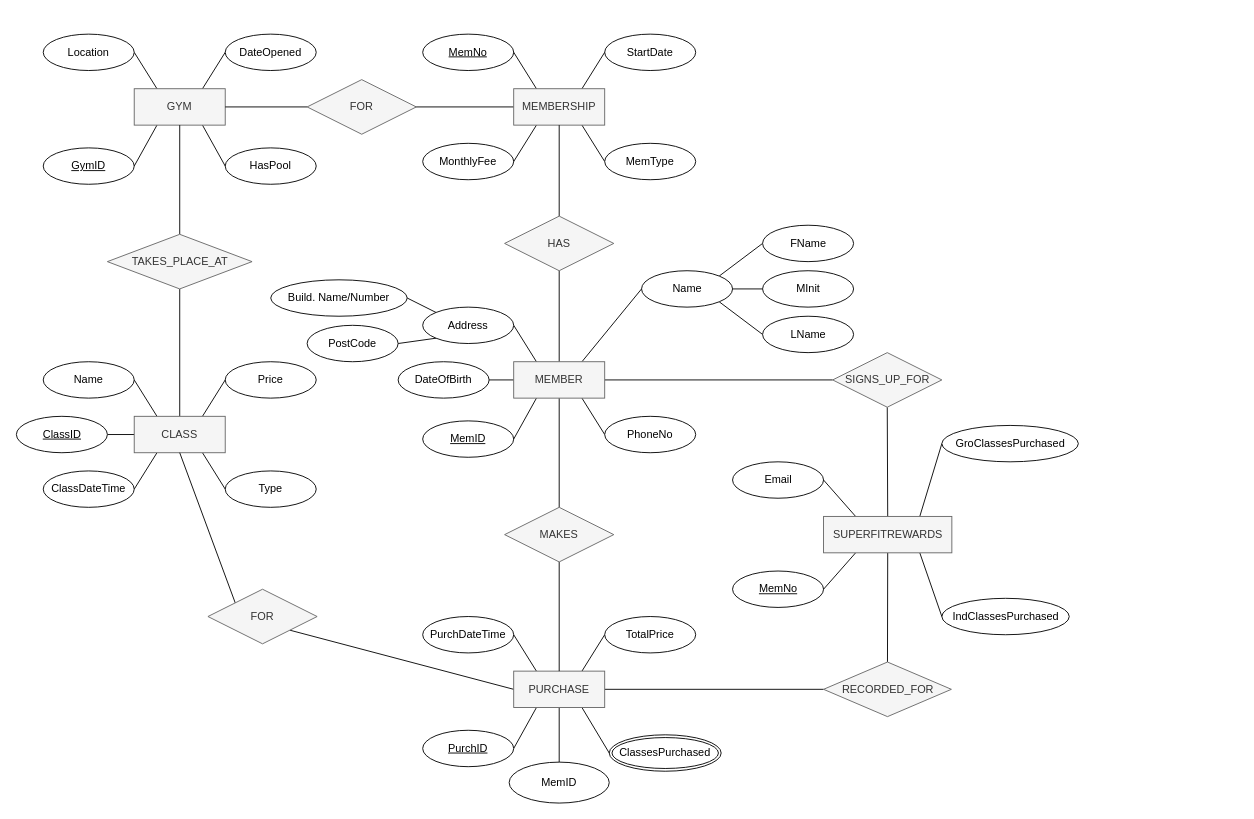
This is DBS CW1.drawio from fullytanaka/UML-ER, a draw.io file, before an edit. Source tidied: cells renumbered, new cells numbered last; positions are measured from the earlier drawing's top-left corner, leaving out a move shared by most shapes. Both pictures are drawn from the tidied source at 91%, with x=0, y=0 at pixel (15, 34).
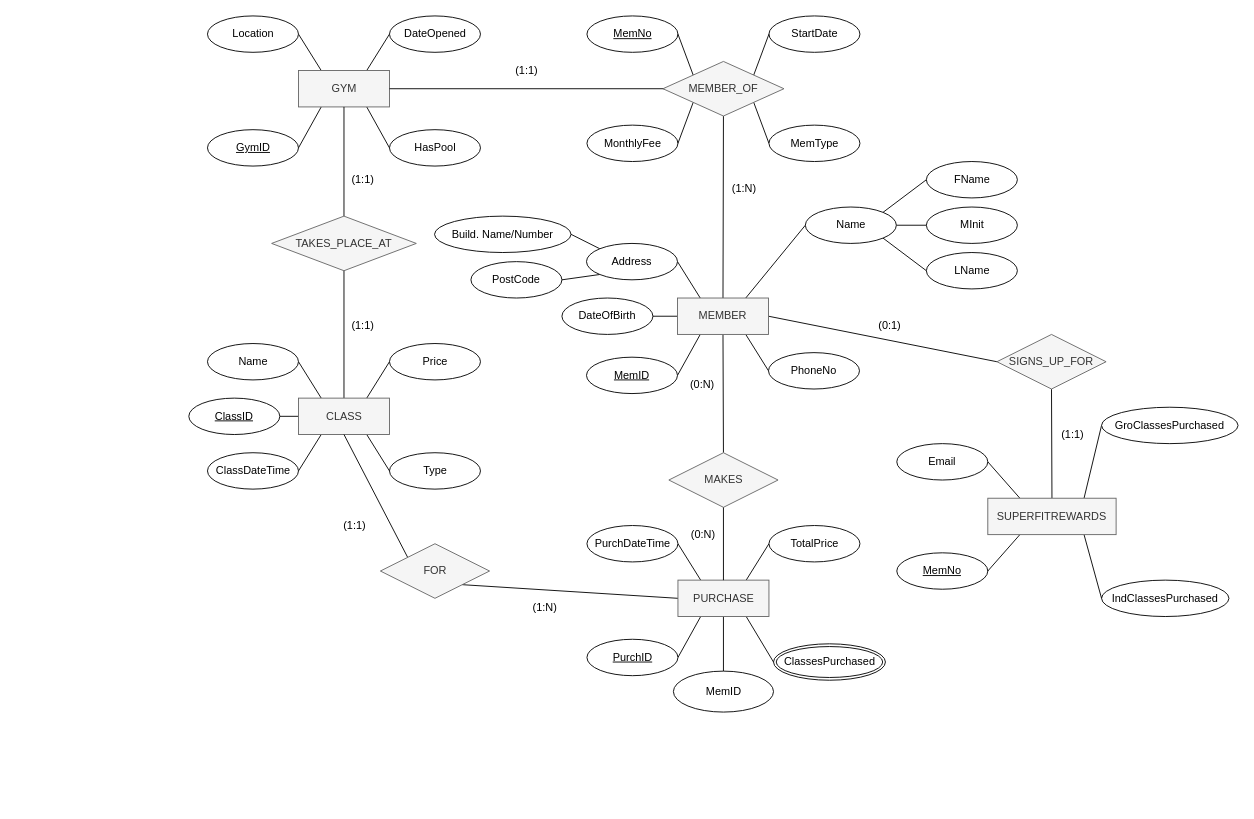
The same page after the edit.

What changed in the source:
```diff
@@
-    <mxCell id="6" style="rounded=0;jettySize=auto;html=1;exitX=1;exitY=0.5;exitDx=0;exitDy=0;endArrow=none;endFill=0;" parent="1" edge="1" source="82">
-      <mxGeometry relative="1" as="geometry">
-        <mxPoint x="410" y="80" as="targetPoint" />
-      </mxGeometry>
-    </mxCell>
     <mxCell id="7" value="GYM" style="whiteSpace=wrap;html=1;align=center;fillColor=#f5f5f5;strokeColor=#666666;fontColor=#333333;" parent="1" vertex="1">
-      <mxGeometry x="130" y="60" width="100" height="40" as="geometry" />
+      <mxGeometry x="310.5" y="40" width="100" height="40" as="geometry" />
     </mxCell>
     <mxCell id="8" value="GymID" style="ellipse;whiteSpace=wrap;html=1;align=center;fontStyle=4;" parent="1" vertex="1">
-      <mxGeometry x="30" y="125" width="100" height="40" as="geometry" />
+      <mxGeometry x="210.5" y="105" width="100" height="40" as="geometry" />
     </mxCell>
     <mxCell id="9" value="Location" style="ellipse;whiteSpace=wrap;html=1;align=center;" parent="1" vertex="1">
-      <mxGeometry x="30" width="100" height="40" as="geometry" />
+      <mxGeometry x="210.5" y="-20" width="100" height="40" as="geometry" />
     </mxCell>
     <mxCell id="10" value="DateOpened" style="ellipse;whiteSpace=wrap;html=1;align=center;" parent="1" vertex="1">
-      <mxGeometry x="230" width="100" height="40" as="geometry" />
+      <mxGeometry x="410.5" y="-20" width="100" height="40" as="geometry" />
     </mxCell>
@@
-    <mxCell id="16" style="edgeStyle=none;jettySize=auto;html=1;exitX=0.5;exitY=0;exitDx=0;exitDy=0;entryX=0.5;entryY=1;entryDx=0;entryDy=0;endArrow=none;endFill=0;strokeColor=#000000;" parent="1" edge="1" source="19" target="79">
+    <mxCell id="16" style="edgeStyle=none;jettySize=auto;html=1;exitX=0.5;exitY=0;exitDx=0;exitDy=0;entryX=0.5;entryY=1;entryDx=0;entryDy=0;endArrow=none;endFill=0;strokeColor=#000000;" parent="1" edge="1" source="19" target="94">
       <mxGeometry relative="1" as="geometry" />
     </mxCell>
@@
     <mxCell id="19" value="MEMBER" style="whiteSpace=wrap;html=1;align=center;fillColor=#f5f5f5;strokeColor=#666666;fontColor=#333333;" parent="1" vertex="1">
-      <mxGeometry x="547" y="360" width="100" height="40" as="geometry" />
+      <mxGeometry x="727" y="290" width="100" height="40" as="geometry" />
     </mxCell>
     <mxCell id="20" value="HasPool" style="ellipse;whiteSpace=wrap;html=1;align=center;" parent="1" vertex="1">
-      <mxGeometry x="230" y="125" width="100" height="40" as="geometry" />
+      <mxGeometry x="410.5" y="105" width="100" height="40" as="geometry" />
     </mxCell>
@@
     <mxCell id="24" value="Name" style="ellipse;whiteSpace=wrap;html=1;align=center;" parent="1" vertex="1">
-      <mxGeometry x="687.5" y="260" width="100" height="40" as="geometry" />
+      <mxGeometry x="867.5" y="190" width="100" height="40" as="geometry" />
     </mxCell>
@@
     <mxCell id="27" value="Address" style="ellipse;whiteSpace=wrap;html=1;align=center;" parent="1" vertex="1">
-      <mxGeometry x="447" y="300" width="100" height="40" as="geometry" />
+      <mxGeometry x="627" y="230" width="100" height="40" as="geometry" />
     </mxCell>
     <mxCell id="28" value="MemID" style="ellipse;whiteSpace=wrap;html=1;align=center;fontStyle=4;" parent="1" vertex="1">
-      <mxGeometry x="447" y="425" width="100" height="40" as="geometry" />
+      <mxGeometry x="627" y="355" width="100" height="40" as="geometry" />
     </mxCell>
     <mxCell id="29" value="MemNo" style="ellipse;whiteSpace=wrap;html=1;align=center;fontStyle=4;" parent="1" vertex="1">
-      <mxGeometry x="447" width="100" height="40" as="geometry" />
+      <mxGeometry x="627.5" y="-20" width="100" height="40" as="geometry" />
     </mxCell>
     <mxCell id="30" value="StartDate" style="ellipse;whiteSpace=wrap;html=1;align=center;" parent="1" vertex="1">
-      <mxGeometry x="647" width="100" height="40" as="geometry" />
+      <mxGeometry x="827.5" y="-20" width="100" height="40" as="geometry" />
     </mxCell>
     <mxCell id="31" value="MonthlyFee" style="ellipse;whiteSpace=wrap;html=1;align=center;" parent="1" vertex="1">
-      <mxGeometry x="447" y="120" width="100" height="40" as="geometry" />
+      <mxGeometry x="627.5" y="100" width="100" height="40" as="geometry" />
     </mxCell>
-    <mxCell id="32" style="rounded=0;jettySize=auto;html=1;exitX=0.25;exitY=0;exitDx=0;exitDy=0;entryX=1;entryY=0.5;entryDx=0;entryDy=0;endArrow=none;endFill=0;" parent="1" edge="1" source="37" target="29">
+    <mxCell id="32" style="rounded=0;jettySize=auto;html=1;exitX=0;exitY=0;exitDx=0;exitDy=0;entryX=1;entryY=0.5;entryDx=0;entryDy=0;endArrow=none;endFill=0;" parent="1" edge="1" source="94" target="29">
       <mxGeometry relative="1" as="geometry" />
     </mxCell>
-    <mxCell id="33" style="rounded=0;jettySize=auto;html=1;exitX=0.75;exitY=0;exitDx=0;exitDy=0;entryX=0;entryY=0.5;entryDx=0;entryDy=0;endArrow=none;endFill=0;" parent="1" edge="1" source="37" target="30">
+    <mxCell id="33" style="rounded=0;jettySize=auto;html=1;exitX=1;exitY=0;exitDx=0;exitDy=0;entryX=0;entryY=0.5;entryDx=0;entryDy=0;endArrow=none;endFill=0;" parent="1" edge="1" source="94" target="30">
       <mxGeometry relative="1" as="geometry" />
     </mxCell>
-    <mxCell id="34" style="rounded=0;jettySize=auto;html=1;exitX=0.25;exitY=1;exitDx=0;exitDy=0;entryX=1;entryY=0.5;entryDx=0;entryDy=0;endArrow=none;endFill=0;" parent="1" edge="1" source="37" target="31">
+    <mxCell id="34" style="rounded=0;jettySize=auto;html=1;exitX=0;exitY=1;exitDx=0;exitDy=0;entryX=1;entryY=0.5;entryDx=0;entryDy=0;endArrow=none;endFill=0;" parent="1" edge="1" source="94" target="31">
       <mxGeometry relative="1" as="geometry" />
     </mxCell>
-    <mxCell id="35" style="rounded=0;jettySize=auto;html=1;exitX=0.75;exitY=1;exitDx=0;exitDy=0;entryX=0;entryY=0.5;entryDx=0;entryDy=0;endArrow=none;endFill=0;" parent="1" edge="1" source="37" target="38">
+    <mxCell id="35" style="rounded=0;jettySize=auto;html=1;exitX=1;exitY=1;exitDx=0;exitDy=0;entryX=0;entryY=0.5;entryDx=0;entryDy=0;endArrow=none;endFill=0;" parent="1" edge="1" source="94" target="38">
       <mxGeometry relative="1" as="geometry" />
     </mxCell>
-    <mxCell id="36" style="rounded=0;jettySize=auto;html=1;exitX=0;exitY=0.5;exitDx=0;exitDy=0;entryX=1;entryY=0.5;entryDx=0;entryDy=0;endArrow=none;endFill=0;" parent="1" edge="1" source="37" target="82">
-      <mxGeometry relative="1" as="geometry" />
-    </mxCell>
-    <mxCell id="37" value="MEMBERSHIP" style="whiteSpace=wrap;html=1;align=center;fillColor=#f5f5f5;strokeColor=#666666;fontColor=#333333;" parent="1" vertex="1">
-      <mxGeometry x="547" y="60" width="100" height="40" as="geometry" />
-    </mxCell>
     <mxCell id="38" value="MemType" style="ellipse;whiteSpace=wrap;html=1;align=center;" parent="1" vertex="1">
-      <mxGeometry x="647" y="120" width="100" height="40" as="geometry" />
+      <mxGeometry x="827.5" y="100" width="100" height="40" as="geometry" />
     </mxCell>
     <mxCell id="39" value="PhoneNo" style="ellipse;whiteSpace=wrap;html=1;align=center;" parent="1" vertex="1">
-      <mxGeometry x="647" y="420" width="100" height="40" as="geometry" />
+      <mxGeometry x="827" y="350" width="100" height="40" as="geometry" />
     </mxCell>
     <mxCell id="40" value="DateOfBirth" style="ellipse;whiteSpace=wrap;html=1;align=center;" parent="1" vertex="1">
-      <mxGeometry x="420" y="360" width="100" height="40" as="geometry" />
+      <mxGeometry x="600" y="290" width="100" height="40" as="geometry" />
     </mxCell>
     <mxCell id="41" value="FName" style="ellipse;whiteSpace=wrap;html=1;align=center;" parent="1" vertex="1">
-      <mxGeometry x="820.5" y="210" width="100" height="40" as="geometry" />
+      <mxGeometry x="1000.5" y="140" width="100" height="40" as="geometry" />
     </mxCell>
     <mxCell id="42" value="MInit" style="ellipse;whiteSpace=wrap;html=1;align=center;" parent="1" vertex="1">
-      <mxGeometry x="820.5" y="260" width="100" height="40" as="geometry" />
+      <mxGeometry x="1000.5" y="190" width="100" height="40" as="geometry" />
     </mxCell>
     <mxCell id="43" value="LName" style="ellipse;whiteSpace=wrap;html=1;align=center;" parent="1" vertex="1">
-      <mxGeometry x="820.5" y="310" width="100" height="40" as="geometry" />
+      <mxGeometry x="1000.5" y="240" width="100" height="40" as="geometry" />
     </mxCell>
@@
     <mxCell id="50" value="&lt;div&gt;CLASS&lt;/div&gt;" style="whiteSpace=wrap;html=1;align=center;fillColor=#f5f5f5;strokeColor=#666666;fontColor=#333333;" parent="1" vertex="1">
-      <mxGeometry x="130" y="420" width="100" height="40" as="geometry" />
+      <mxGeometry x="310.5" y="400" width="100" height="40" as="geometry" />
     </mxCell>
     <mxCell id="51" value="Name" style="ellipse;whiteSpace=wrap;html=1;align=center;" parent="1" vertex="1">
-      <mxGeometry x="30" y="360" width="100" height="40" as="geometry" />
+      <mxGeometry x="210.5" y="340" width="100" height="40" as="geometry" />
     </mxCell>
     <mxCell id="52" value="Price" style="ellipse;whiteSpace=wrap;html=1;align=center;" parent="1" vertex="1">
-      <mxGeometry x="230" y="360" width="100" height="40" as="geometry" />
+      <mxGeometry x="410.5" y="340" width="100" height="40" as="geometry" />
     </mxCell>
     <mxCell id="53" value="Type" style="ellipse;whiteSpace=wrap;html=1;align=center;" parent="1" vertex="1">
-      <mxGeometry x="230" y="480" width="100" height="40" as="geometry" />
+      <mxGeometry x="410.5" y="460" width="100" height="40" as="geometry" />
     </mxCell>
     <mxCell id="54" value="ClassDateTime" style="ellipse;whiteSpace=wrap;html=1;align=center;" parent="1" vertex="1">
-      <mxGeometry x="30" y="480" width="100" height="40" as="geometry" />
+      <mxGeometry x="210.5" y="460" width="100" height="40" as="geometry" />
     </mxCell>
@@
-    <mxCell id="61" style="edgeStyle=none;jettySize=auto;html=1;exitX=1;exitY=0.5;exitDx=0;exitDy=0;endArrow=none;endFill=0;strokeColor=#000000;" parent="1" edge="1" source="62" target="90">
-      <mxGeometry relative="1" as="geometry" />
-    </mxCell>
     <mxCell id="62" value="PURCHASE" style="whiteSpace=wrap;html=1;align=center;fillColor=#f5f5f5;strokeColor=#666666;fontColor=#333333;" parent="1" vertex="1">
-      <mxGeometry x="547" y="700" width="100" height="40" as="geometry" />
+      <mxGeometry x="727.5" y="600" width="100" height="40" as="geometry" />
     </mxCell>
     <mxCell id="63" value="PurchID" style="ellipse;whiteSpace=wrap;html=1;align=center;fontStyle=4;" parent="1" vertex="1">
-      <mxGeometry x="447" y="765" width="100" height="40" as="geometry" />
+      <mxGeometry x="627.5" y="665" width="100" height="40" as="geometry" />
     </mxCell>
     <mxCell id="64" value="PurchDateTime" style="ellipse;whiteSpace=wrap;html=1;align=center;" parent="1" vertex="1">
-      <mxGeometry x="447" y="640" width="100" height="40" as="geometry" />
+      <mxGeometry x="627.5" y="540" width="100" height="40" as="geometry" />
     </mxCell>
     <mxCell id="65" value="TotalPrice" style="ellipse;whiteSpace=wrap;html=1;align=center;" parent="1" vertex="1">
-      <mxGeometry x="647" y="640" width="100" height="40" as="geometry" />
+      <mxGeometry x="827.5" y="540" width="100" height="40" as="geometry" />
     </mxCell>
     <mxCell id="66" value="MemID" style="ellipse;whiteSpace=wrap;html=1;align=center;" parent="1" vertex="1">
-      <mxGeometry x="542" y="800" width="110" height="45" as="geometry" />
+      <mxGeometry x="722.5" y="700" width="110" height="45" as="geometry" />
     </mxCell>
     <mxCell id="67" value="MemNo" style="ellipse;whiteSpace=wrap;html=1;align=center;fontStyle=4;" parent="1" vertex="1">
-      <mxGeometry x="787.5" y="590" width="100" height="40" as="geometry" />
+      <mxGeometry x="968" y="570" width="100" height="40" as="geometry" />
     </mxCell>
     <mxCell id="68" value="IndClassesPurchased" style="ellipse;whiteSpace=wrap;html=1;align=center;" parent="1" vertex="1">
-      <mxGeometry x="1017.5" y="620" width="140" height="40" as="geometry" />
+      <mxGeometry x="1193" y="600" width="140" height="40" as="geometry" />
     </mxCell>
@@
-    <mxCell id="74" style="edgeStyle=none;jettySize=auto;html=1;exitX=0.5;exitY=1;exitDx=0;exitDy=0;entryX=0.5;entryY=0;entryDx=0;entryDy=0;endArrow=none;endFill=0;strokeColor=#000000;" parent="1" edge="1" source="75" target="90">
-      <mxGeometry relative="1" as="geometry" />
-    </mxCell>
     <mxCell id="75" value="SUPERFITREWARDS" style="whiteSpace=wrap;html=1;align=center;fillColor=#f5f5f5;strokeColor=#666666;fontColor=#333333;" parent="1" vertex="1">
-      <mxGeometry x="887.5" y="530" width="141" height="40" as="geometry" />
+      <mxGeometry x="1068" y="510" width="141" height="40" as="geometry" />
     </mxCell>
     <mxCell id="76" value="GroClassesPurchased" style="ellipse;whiteSpace=wrap;html=1;align=center;" parent="1" vertex="1">
-      <mxGeometry x="1017.5" y="430" width="150" height="40" as="geometry" />
+      <mxGeometry x="1193" y="410" width="150" height="40" as="geometry" />
     </mxCell>
     <mxCell id="77" value="Email" style="ellipse;whiteSpace=wrap;html=1;align=center;" parent="1" vertex="1">
-      <mxGeometry x="787.5" y="470" width="100" height="40" as="geometry" />
+      <mxGeometry x="968" y="450" width="100" height="40" as="geometry" />
     </mxCell>
-    <mxCell id="78" style="edgeStyle=none;jettySize=auto;html=1;exitX=0.5;exitY=0;exitDx=0;exitDy=0;entryX=0.5;entryY=1;entryDx=0;entryDy=0;endArrow=none;endFill=0;strokeColor=#000000;" parent="1" edge="1" source="79" target="37">
-      <mxGeometry relative="1" as="geometry" />
-    </mxCell>
-    <mxCell id="79" value="HAS" style="shape=rhombus;perimeter=rhombusPerimeter;whiteSpace=wrap;html=1;align=center;fillColor=#f5f5f5;strokeColor=#666666;fontColor=#333333;" parent="1" vertex="1">
-      <mxGeometry x="537" y="200" width="120" height="60" as="geometry" />
-    </mxCell>
-    <mxCell id="80" style="edgeStyle=none;jettySize=auto;html=1;exitX=0.5;exitY=1;exitDx=0;exitDy=0;entryX=0.5;entryY=0;entryDx=0;entryDy=0;endArrow=none;endFill=0;strokeColor=#000000;" parent="1" edge="1" source="81" target="62">
-      <mxGeometry relative="1" as="geometry" />
+    <mxCell id="80" style="edgeStyle=none;jettySize=auto;html=1;exitX=0.5;exitY=1;exitDx=0;exitDy=0;entryX=0.5;entryY=0;entryDx=0;entryDy=0;endArrow=none;endFill=0;strokeColor=#000000;" parent="1" edge="1" target="62">
+      <mxGeometry relative="1" as="geometry">
+        <mxPoint x="777.5" y="510" as="sourcePoint" />
+      </mxGeometry>
     </mxCell>
     <mxCell id="81" value="MAKES" style="shape=rhombus;perimeter=rhombusPerimeter;whiteSpace=wrap;html=1;align=center;fillColor=#f5f5f5;strokeColor=#666666;fontColor=#333333;" parent="1" vertex="1">
-      <mxGeometry x="537" y="520" width="120" height="60" as="geometry" />
+      <mxGeometry x="717.5" y="460" width="120" height="60" as="geometry" />
     </mxCell>
-    <mxCell id="82" value="FOR" style="shape=rhombus;perimeter=rhombusPerimeter;whiteSpace=wrap;html=1;align=center;fillColor=#f5f5f5;strokeColor=#666666;fontColor=#333333;" parent="1" vertex="1">
-      <mxGeometry x="320" y="50" width="120" height="60" as="geometry" />
-    </mxCell>
-    <mxCell id="83" style="rounded=0;jettySize=auto;html=1;exitX=1;exitY=0.5;exitDx=0;exitDy=0;endArrow=none;endFill=0;" parent="1" edge="1" source="7" target="82">
-      <mxGeometry relative="1" as="geometry" />
+    <mxCell id="83" style="rounded=0;jettySize=auto;html=1;exitX=1;exitY=0.5;exitDx=0;exitDy=0;endArrow=none;endFill=0;entryX=0;entryY=0.5;entryDx=0;entryDy=0;" parent="1" edge="1" source="7">
+      <mxGeometry relative="1" as="geometry">
+        <mxPoint x="727.5" y="60" as="targetPoint" />
+      </mxGeometry>
     </mxCell>
@@
     <mxCell id="85" value="TAKES_PLACE_AT" style="shape=rhombus;perimeter=rhombusPerimeter;whiteSpace=wrap;html=1;align=center;fillColor=#f5f5f5;strokeColor=#666666;fontColor=#333333;" parent="1" vertex="1">
-      <mxGeometry x="100.5" y="220" width="159" height="60" as="geometry" />
+      <mxGeometry x="281" y="200" width="159" height="60" as="geometry" />
     </mxCell>
@@
     <mxCell id="87" value="FOR" style="shape=rhombus;perimeter=rhombusPerimeter;whiteSpace=wrap;html=1;align=center;fillColor=#f5f5f5;strokeColor=#666666;fontColor=#333333;" parent="1" vertex="1">
-      <mxGeometry x="211" y="610" width="120" height="60" as="geometry" />
+      <mxGeometry x="400.5" y="560" width="120" height="60" as="geometry" />
     </mxCell>
     <mxCell id="88" value="ClassID" style="ellipse;whiteSpace=wrap;html=1;align=center;fontStyle=4;" parent="1" vertex="1">
-      <mxGeometry x="0.5" y="420" width="100" height="40" as="geometry" />
+      <mxGeometry x="190" y="400" width="100" height="40" as="geometry" />
     </mxCell>
     <mxCell id="89" value="SIGNS_UP_FOR" style="shape=rhombus;perimeter=rhombusPerimeter;whiteSpace=wrap;html=1;align=center;fillColor=#f5f5f5;strokeColor=#666666;fontColor=#333333;" parent="1" vertex="1">
-      <mxGeometry x="897.5" y="350" width="120" height="60" as="geometry" />
+      <mxGeometry x="1078" y="330" width="120" height="60" as="geometry" />
     </mxCell>
-    <mxCell id="90" value="RECORDED_FOR" style="shape=rhombus;perimeter=rhombusPerimeter;whiteSpace=wrap;html=1;align=center;fillColor=#f5f5f5;strokeColor=#666666;fontColor=#333333;" parent="1" vertex="1">
-      <mxGeometry x="887.5" y="690" width="140.5" height="60" as="geometry" />
-    </mxCell>
     <mxCell id="91" value="Build. Name/Number" style="ellipse;whiteSpace=wrap;html=1;align=center;" parent="1" vertex="1">
-      <mxGeometry x="280" y="270" width="150" height="40" as="geometry" />
+      <mxGeometry x="460" y="200" width="150" height="40" as="geometry" />
     </mxCell>
     <mxCell id="92" value="PostCode" style="ellipse;whiteSpace=wrap;html=1;align=center;" parent="1" vertex="1">
-      <mxGeometry x="320" y="320" width="100" height="40" as="geometry" />
+      <mxGeometry x="500" y="250" width="100" height="40" as="geometry" />
     </mxCell>
     <mxCell id="93" value="ClassesPurchased" style="ellipse;shape=doubleEllipse;margin=3;whiteSpace=wrap;html=1;align=center;" parent="1" vertex="1">
-      <mxGeometry x="652" y="770" width="123" height="40" as="geometry" />
+      <mxGeometry x="832.5" y="670" width="123" height="40" as="geometry" />
     </mxCell>
+    <mxCell id="94" value="MEMBER_OF" style="shape=rhombus;perimeter=rhombusPerimeter;whiteSpace=wrap;html=1;align=center;fillColor=#f5f5f5;strokeColor=#666666;fontColor=#333333;" parent="1" vertex="1">
+      <mxGeometry x="711" y="30" width="133" height="60" as="geometry" />
+    </mxCell>
+    <mxCell id="95" value="(1:1)" style="text;html=1;align=center;verticalAlign=middle;" parent="1" vertex="1">
+      <mxGeometry x="540.5" y="30" width="40" height="20" as="geometry" />
+    </mxCell>
+    <mxCell id="96" value="(1:N)" style="text;html=1;align=center;verticalAlign=middle;" parent="1" vertex="1">
+      <mxGeometry x="780" y="160" width="40" height="20" as="geometry" />
+    </mxCell>
+    <mxCell id="97" value="(0:1)" style="text;html=1;align=center;verticalAlign=middle;" parent="1" vertex="1">
+      <mxGeometry x="940" y="310" width="40" height="20" as="geometry" />
+    </mxCell>
+    <mxCell id="98" value="(1:1)" style="text;html=1;align=center;verticalAlign=middle;" parent="1" vertex="1">
+      <mxGeometry x="1140.5" y="430" width="40" height="20" as="geometry" />
+    </mxCell>
+    <mxCell id="99" value="(0:N)" style="text;html=1;align=center;verticalAlign=middle;" parent="1" vertex="1">
+      <mxGeometry x="734" y="375" width="40" height="20" as="geometry" />
+    </mxCell>
+    <mxCell id="100" value="(0:N)" style="text;html=1;align=center;verticalAlign=middle;" parent="1" vertex="1">
+      <mxGeometry x="734.5" y="540" width="40" height="20" as="geometry" />
+    </mxCell>
+    <mxCell id="101" value="(1:N)" style="text;html=1;align=center;verticalAlign=middle;" parent="1" vertex="1">
+      <mxGeometry x="560.5" y="620" width="40" height="20" as="geometry" />
+    </mxCell>
+    <mxCell id="102" value="(1:1)" style="text;html=1;align=center;verticalAlign=middle;" parent="1" vertex="1">
+      <mxGeometry x="351.5" y="530" width="40" height="20" as="geometry" />
+    </mxCell>
+    <mxCell id="103" value="(1:1)" style="text;html=1;align=center;verticalAlign=middle;" parent="1" vertex="1">
+      <mxGeometry x="360.5" y="310" width="40" height="20" as="geometry" />
+    </mxCell>
+    <mxCell id="104" value="(1:1)" style="text;html=1;align=center;verticalAlign=middle;" parent="1" vertex="1">
+      <mxGeometry x="360.5" y="150" width="40" height="20" as="geometry" />
+    </mxCell>
```
